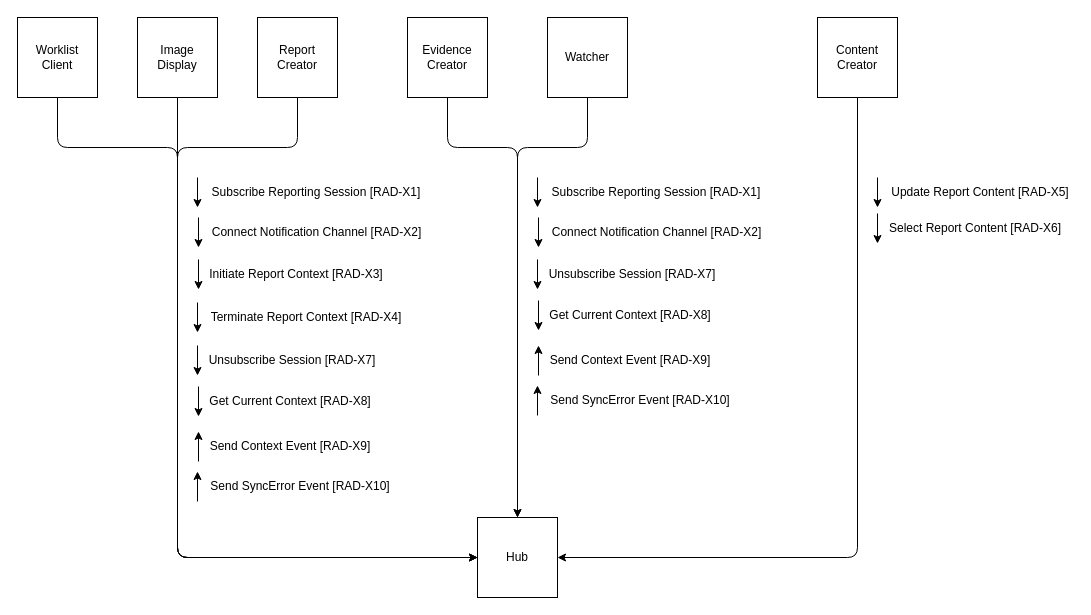
Above: page "Full Actors Only" (1 of 4) of input/images-source/actor_transaction.drawio in IHE/RAD.IRA (draw.io), before the change. Source tidied: cells renumbered, new cells numbered last; positions are measured from the earlier drawing's top-left corner, leaving out a move shared by most shapes. Both pictures are drawn from the tidied source at 100%, with x=0, y=0 at pixel (17, 17).
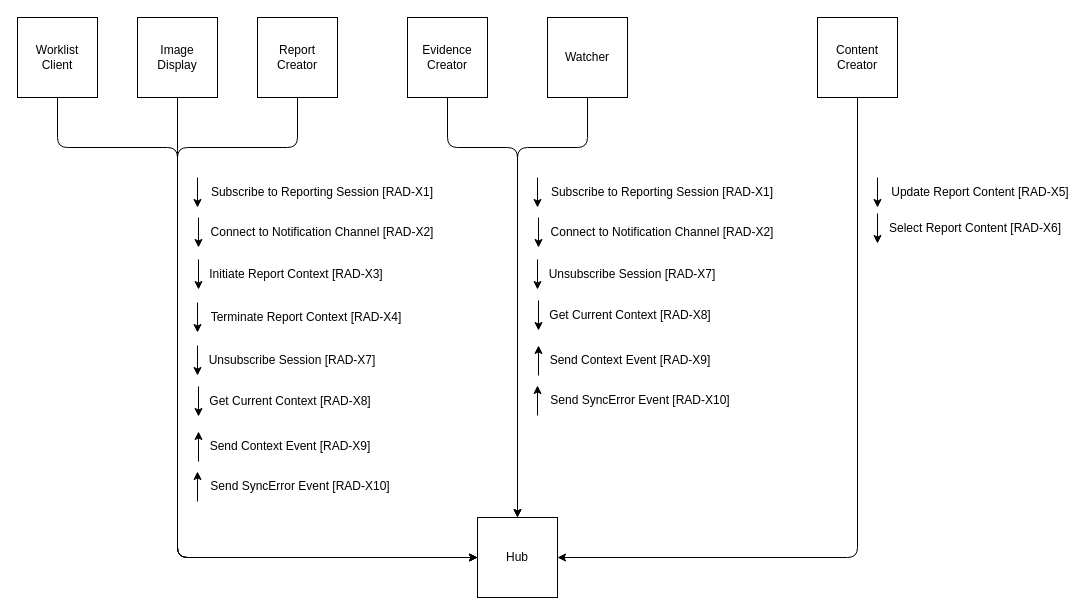
Above is the later version.

Commit message (it also covers changes not shown here):
Added 'to' in X1 and X2 transaction name.

What changed in the source:
```diff
@@
     <mxCell id="9" style="group;" parent="1" vertex="1">
-      <mxGeometry x="180" y="160" width="229" height="324" as="geometry" />
+      <mxGeometry x="180" y="160" width="240" height="324" as="geometry" />
     </mxCell>
@@
-    <mxCell id="11" value="Subscribe Reporting Session [RAD-X1]" style="text;html=1;strokeColor=none;fillColor=none;align=center;verticalAlign=middle;whiteSpace=wrap;rounded=0;" parent="9" vertex="1">
-      <mxGeometry x="10" width="218" height="30" as="geometry" />
+    <mxCell id="11" value="Subscribe to Reporting Session [RAD-X1]" style="text;html=1;strokeColor=none;fillColor=none;align=center;verticalAlign=middle;whiteSpace=wrap;rounded=0;" parent="9" vertex="1">
+      <mxGeometry x="10" width="230" height="30" as="geometry" />
     </mxCell>
@@
-    <mxCell id="15" value="Connect Notification Channel [RAD-X2]" style="text;html=1;strokeColor=none;fillColor=none;align=center;verticalAlign=middle;whiteSpace=wrap;rounded=0;" parent="9" vertex="1">
-      <mxGeometry x="10" y="40" width="219" height="30" as="geometry" />
+    <mxCell id="15" value="Connect to Notification Channel [RAD-X2]" style="text;html=1;strokeColor=none;fillColor=none;align=center;verticalAlign=middle;whiteSpace=wrap;rounded=0;" parent="9" vertex="1">
+      <mxGeometry x="10" y="40" width="230" height="30" as="geometry" />
     </mxCell>
@@
     <mxCell id="30" style="group;" parent="1" vertex="1">
-      <mxGeometry x="520" y="160" width="229" height="238" as="geometry" />
+      <mxGeometry x="520" y="160" width="240" height="238" as="geometry" />
     </mxCell>
@@
-    <mxCell id="32" value="Subscribe Reporting Session [RAD-X1]" style="text;html=1;strokeColor=none;fillColor=none;align=center;verticalAlign=middle;whiteSpace=wrap;rounded=0;" parent="30" vertex="1">
-      <mxGeometry x="10" width="218" height="30" as="geometry" />
+    <mxCell id="32" value="Subscribe to Reporting Session [RAD-X1]" style="text;html=1;strokeColor=none;fillColor=none;align=center;verticalAlign=middle;whiteSpace=wrap;rounded=0;" parent="30" vertex="1">
+      <mxGeometry x="10" width="230" height="30" as="geometry" />
     </mxCell>
@@
-    <mxCell id="36" value="Connect Notification Channel [RAD-X2]" style="text;html=1;strokeColor=none;fillColor=none;align=center;verticalAlign=middle;whiteSpace=wrap;rounded=0;" parent="30" vertex="1">
-      <mxGeometry x="10" y="40" width="219" height="30" as="geometry" />
+    <mxCell id="36" value="Connect to Notification Channel [RAD-X2]" style="text;html=1;strokeColor=none;fillColor=none;align=center;verticalAlign=middle;whiteSpace=wrap;rounded=0;" parent="30" vertex="1">
+      <mxGeometry x="10" y="40" width="230" height="30" as="geometry" />
     </mxCell>
```
